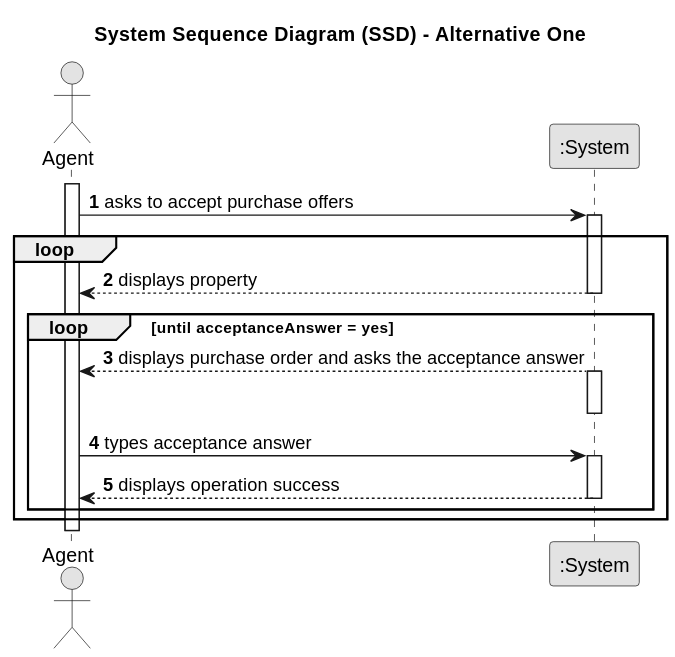
Earlier version of the PlantUML export docs/sprintC/us011/01.requirements-engineering/svg/us011-system-sequence-diagram-alternative-one.svg (rita-barbosa/LAPR2-2223).
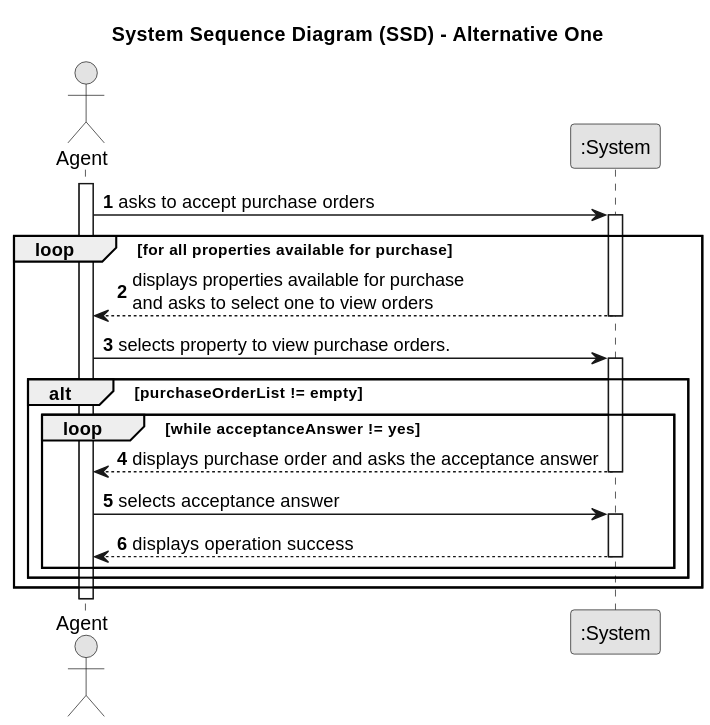
Above is the later version.

Commit message:
Update of System Sequence Diagram [US011][Requirements Engineering]

What changed in the source:
```diff
@@ -12,24 +12,30 @@
 
 activate Agent
 
-    Agent -> System : asks to accept purchase offers
+    Agent -> System : asks to accept purchase orders
     activate System
 
-    loop
-    System --> Agent : displays property
-deactivate System
+    loop for all properties available for purchase
 
-
-    loop until acceptanceAnswer = yes
-    System -->  Agent: displays purchase order and asks the acceptance answer
-    activate System
+    System --> Agent : displays properties available for purchase \nand asks to select one to view orders
     deactivate System
 
-    Agent -> System  : types acceptance answer
+    Agent -> System : selects property to view purchase orders.
+    activate System
+
+    alt purchaseOrderList != empty
+    loop while acceptanceAnswer != yes
+
+    System -->  Agent: displays purchase order and asks the acceptance answer
+    deactivate System
+
+    Agent -> System  : selects acceptance answer
     activate System
 
     System --> Agent : displays operation success
     deactivate System
+
     end loop
+    end alt
     end loop
 @enduml
```
